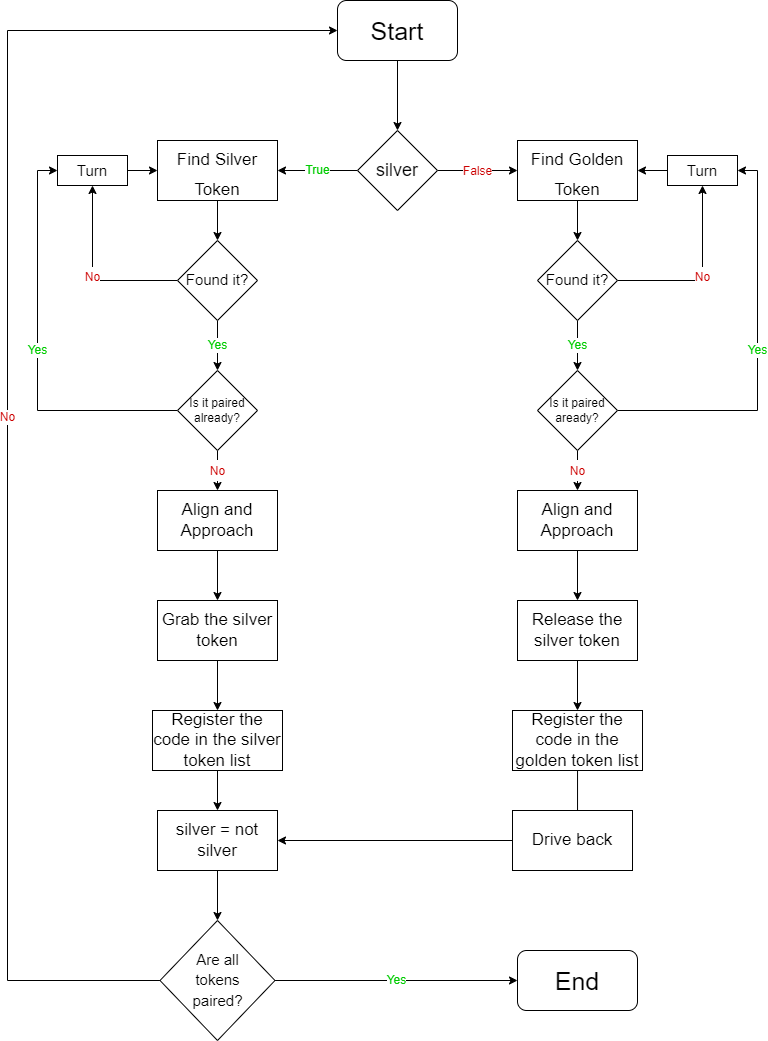
Before: FlowChartAssignment1.png, a diagram exported from draw.io (MatteoCappe/ResearchTrack_Assignment1). Source tidied: cells renumbered, new cells last; positions are measured from the earlier drawing's top-left corner, leaving out a move shared by most shapes.
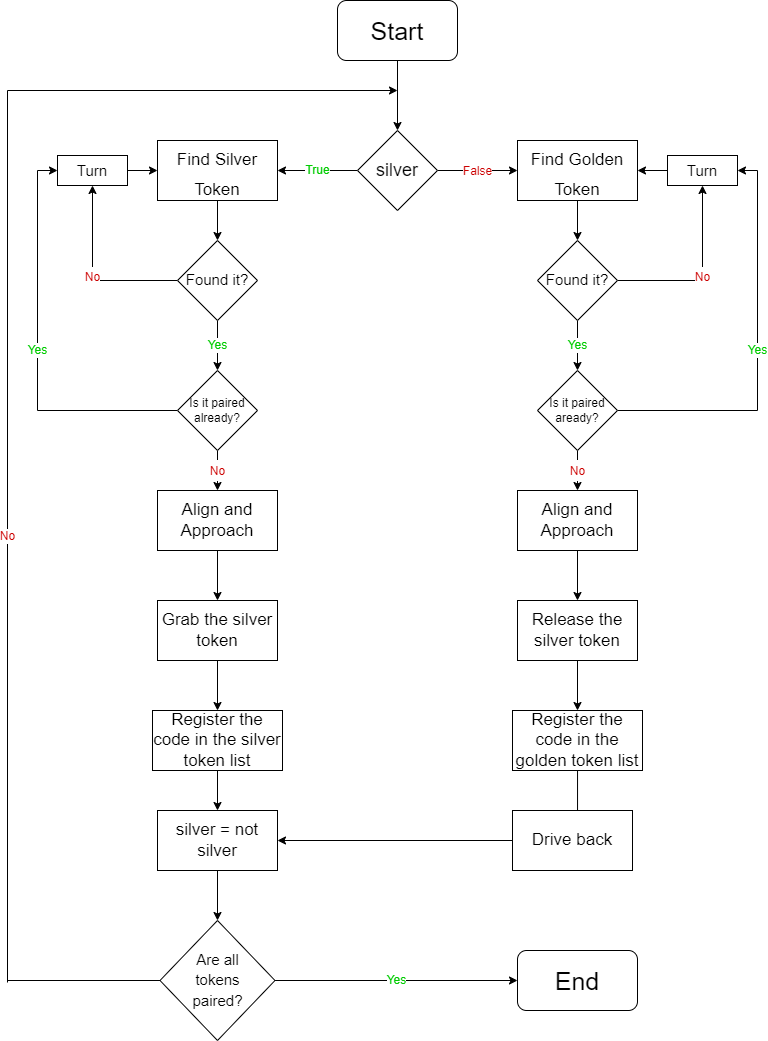
The same file after the commit.

What changed in the source:
```diff
@@ -128,19 +128,28 @@
     <mxCell id="43" value="&lt;font color=&quot;#00cc00&quot;&gt;Yes&lt;/font&gt;" style="edgeStyle=orthogonalEdgeStyle;rounded=0;jettySize=auto;html=1;entryX=0;entryY=0.5;entryDx=0;entryDy=0;fontSize=12;fontColor=#CC0000;" parent="1" edge="1" source="45" target="46">
       <mxGeometry relative="1" as="geometry" />
     </mxCell>
-    <mxCell id="44" value="&lt;font color=&quot;#cc0000&quot;&gt;No&lt;/font&gt;" style="edgeStyle=orthogonalEdgeStyle;rounded=0;jettySize=auto;html=1;entryX=0;entryY=0.5;entryDx=0;entryDy=0;fontSize=12;fontColor=#00CC00;" parent="1" edge="1" source="45" target="6">
-      <mxGeometry relative="1" as="geometry">
-        <Array as="points">
-          <mxPoint y="980" />
-          <mxPoint y="30" />
-        </Array>
-      </mxGeometry>
-    </mxCell>
     <mxCell id="45" value="&lt;font style=&quot;font-size: 15px;&quot;&gt;Are all&lt;br&gt;tokens&lt;br&gt;paired?&lt;/font&gt;" style="rhombus;whiteSpace=wrap;html=1;fontFamily=Helvetica;fontSize=17;fontColor=#000000;" parent="1" vertex="1">
       <mxGeometry x="152.5" y="920" width="115" height="120" as="geometry" />
     </mxCell>
     <mxCell id="46" value="&lt;font style=&quot;font-size: 25px;&quot;&gt;End&lt;/font&gt;" style="rounded=1;whiteSpace=wrap;html=1;fontFamily=Helvetica;fontSize=15;fontColor=#000000;" parent="1" vertex="1">
       <mxGeometry x="510" y="950" width="120" height="60" as="geometry" />
     </mxCell>
+    <mxCell id="47" style="endArrow=classic;html=1;rounded=0;fontSize=12;fontColor=#CC0000;" parent="1" edge="1">
+      <mxGeometry relative="1" as="geometry">
+        <mxPoint y="90" as="sourcePoint" />
+        <mxPoint x="390" y="90" as="targetPoint" />
+      </mxGeometry>
+    </mxCell>
+    <mxCell id="44" value="No" style="endArrow=none;html=1;rounded=0;fontSize=12;fontColor=#CC0000;" parent="1" edge="1">
+      <mxGeometry relative="1" as="geometry">
+        <mxPoint y="982" as="sourcePoint" />
+        <mxPoint y="90" as="targetPoint" />
+      </mxGeometry>
+    </mxCell>
+    <mxCell id="48" style="endArrow=none;html=1;rounded=0;fontSize=12;fontColor=#CC0000;entryX=0;entryY=0.5;entryDx=0;entryDy=0;" parent="1" edge="1" target="45">
+      <mxGeometry relative="1" as="geometry">
+        <mxPoint y="980" as="sourcePoint" />
+      </mxGeometry>
+    </mxCell>
   </root>
 </mxGraphModel>
```
